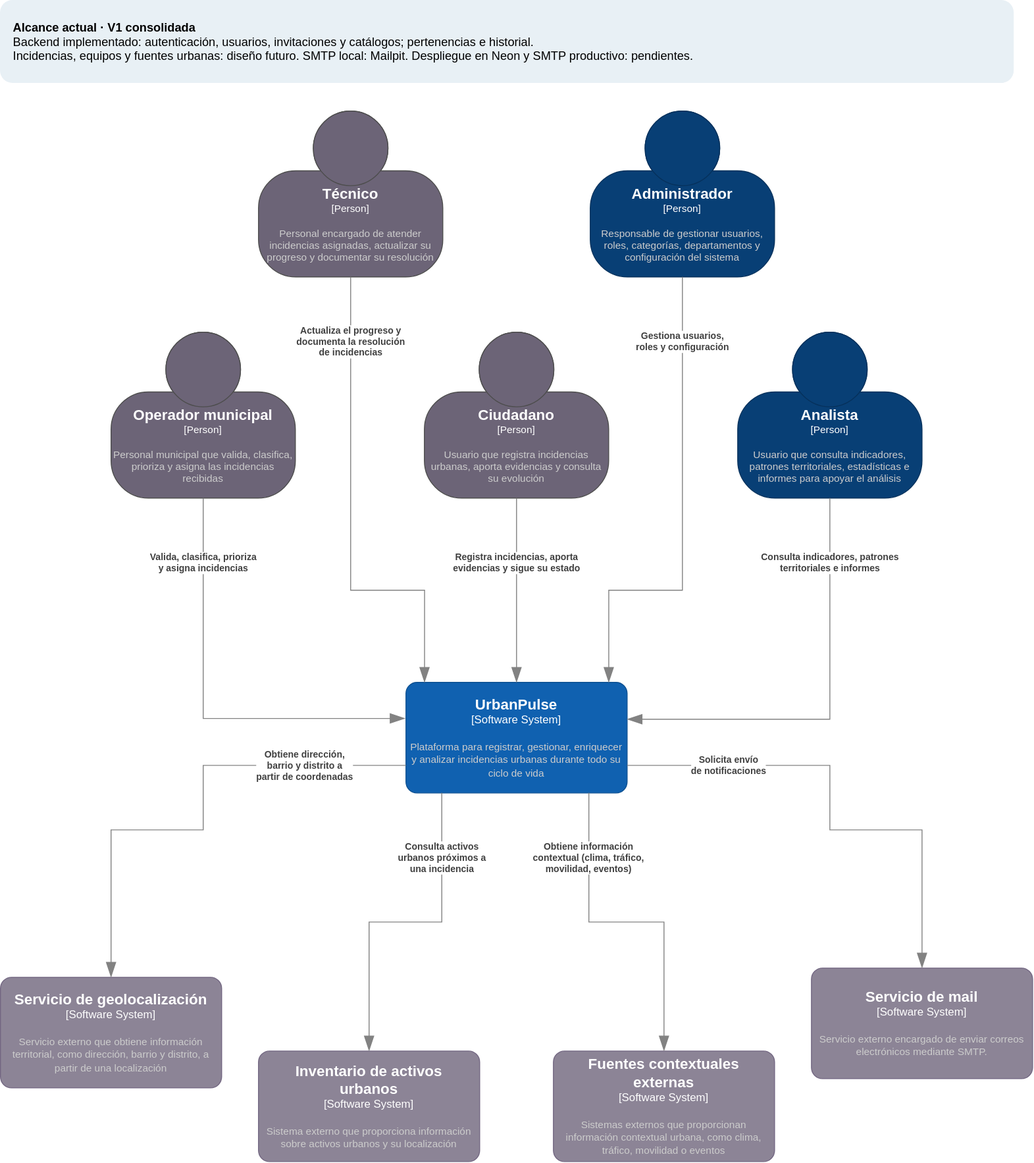
Earlier version of the draw.io export docs/diagrams/c4-context.svg (CeNtAuRoOo/urban-pulse-app). Source tidied: cells renumbered, new cells last; positions are measured from the earlier drawing's top-left corner, leaving out a move shared by most shapes.
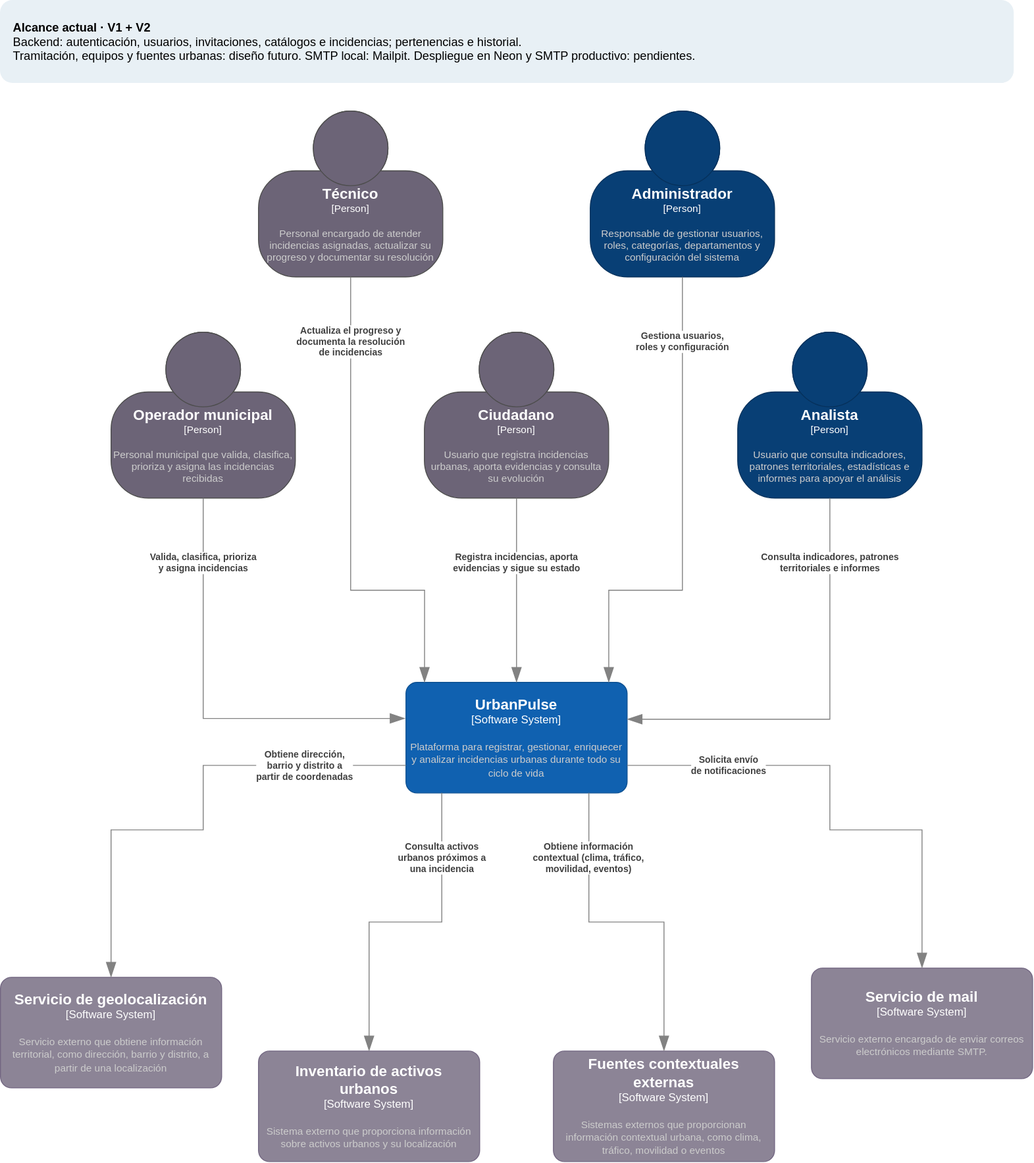
The same file after the commit.

Change to the diagram source:
```diff
@@ -119,7 +119,7 @@
         </mxGeometry>
       </mxCell>
     </object>
-    <mxCell id="21" value="&lt;b&gt;Alcance actual · V1 consolidada&lt;/b&gt;&lt;br&gt;Backend implementado: autenticación, usuarios, invitaciones y catálogos; pertenencias e historial.&lt;br&gt;Incidencias, equipos y fuentes urbanas: diseño futuro. SMTP local: Mailpit. Despliegue en Neon y SMTP productivo: pendientes." style="rounded=1;whiteSpace=wrap;html=1;align=left;verticalAlign=middle;spacing=14;fillColor=#e8f0f5;strokeColor=none;fontSize=13;" parent="1" vertex="1">
+    <mxCell id="21" value="&lt;b&gt;Alcance actual · V1 + V2&lt;/b&gt;&lt;br&gt;Backend: autenticación, usuarios, invitaciones, catálogos e incidencias; pertenencias e historial.&lt;br&gt;Tramitación, equipos y fuentes urbanas: diseño futuro. SMTP local: Mailpit. Despliegue en Neon y SMTP productivo: pendientes." style="rounded=1;whiteSpace=wrap;html=1;align=left;verticalAlign=middle;spacing=14;fillColor=#e8f0f5;strokeColor=none;fontSize=13;" parent="1" vertex="1">
       <mxGeometry width="1100" height="90" as="geometry" />
     </mxCell>
   </root>
```
